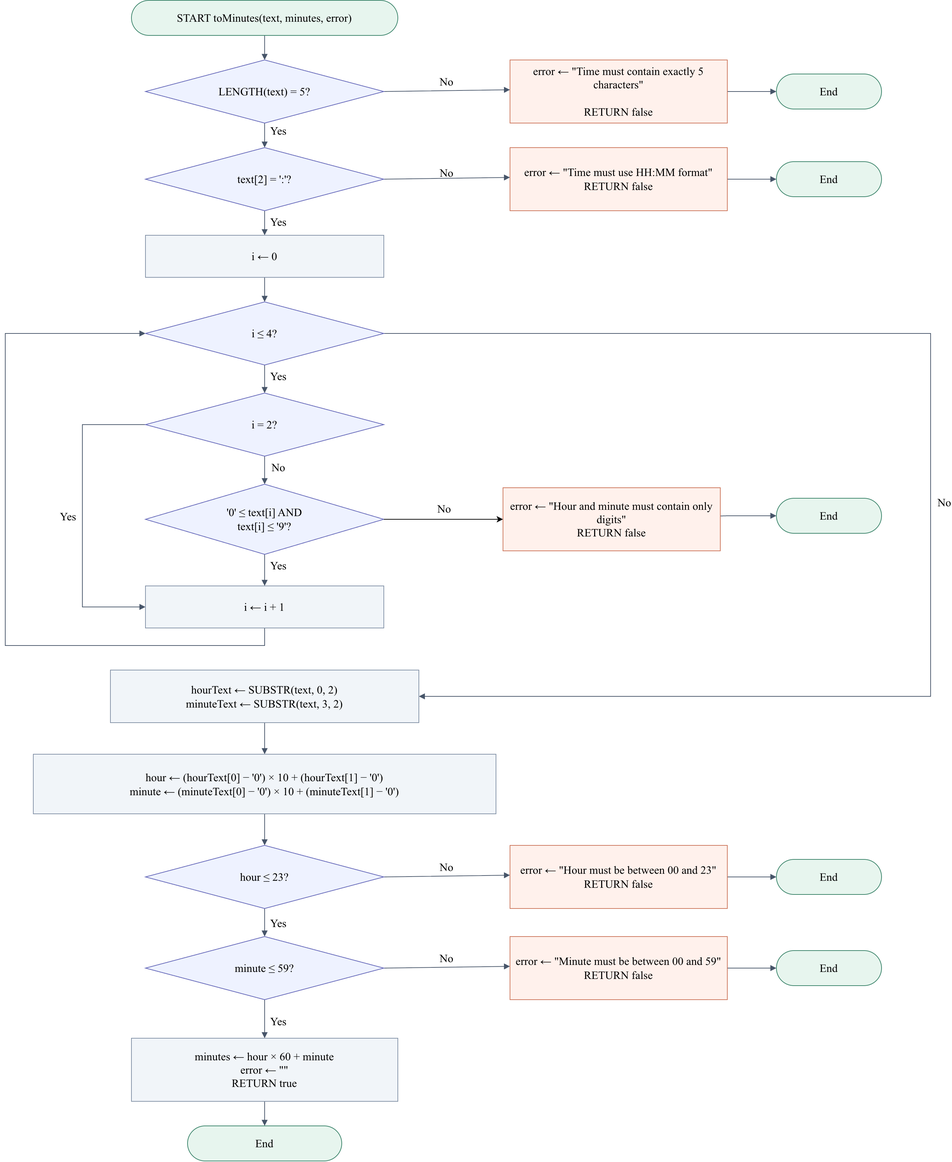
This is docs/flowcharts/T02-to-minutes.drawio.png from tienthinh202/smartretail-p2-group02, a draw.io export, as it was before one commit. Source tidied: cells renumbered, new cells last; positions are measured from the earlier drawing's top-left corner, leaving out a move shared by most shapes.
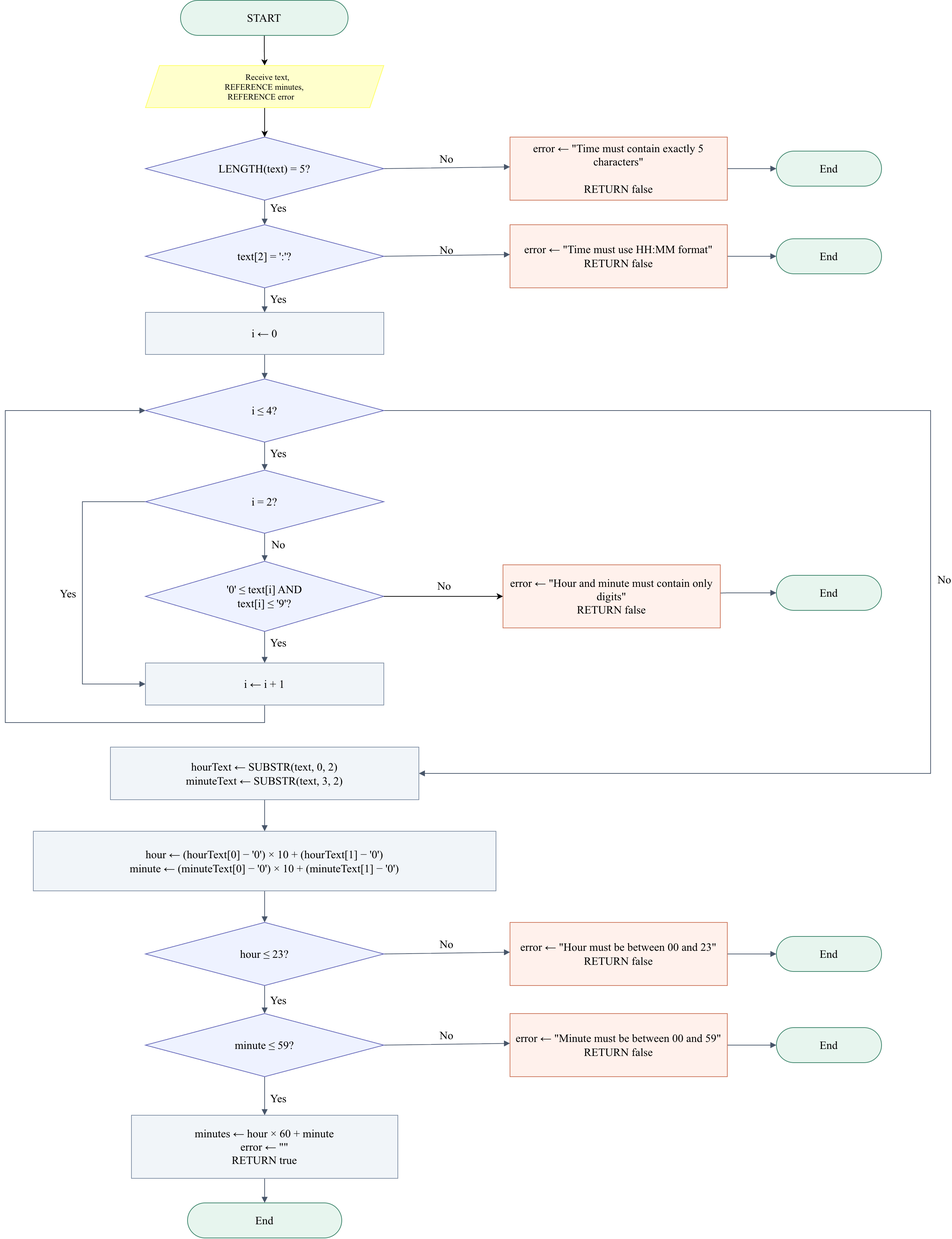
Later version of the same file.

Commit message:
T02b: Update flowchart start and parameter input

Change to the diagram source:
```diff
@@ -2,16 +2,9 @@
   <root>
     <mxCell id="0" />
     <mxCell id="1" parent="0" />
-    <mxCell id="2" style="edgeStyle=none;rounded=0;endArrow=block;html=0;strokeColor=#475569;fontSize=16;fontFamily=Times New Roman;labelBackgroundColor=none;" parent="1" edge="1" source="26" target="27">
-      <mxGeometry relative="1" as="geometry">
-        <Array as="points">
-          <mxPoint x="370" y="50" />
-          <mxPoint x="370" y="85" />
-        </Array>
-      </mxGeometry>
-    </mxCell>
-    <mxCell id="3" value="Yes" style="edgeStyle=none;rounded=0;endArrow=block;html=0;strokeColor=#475569;fontSize=16;fontFamily=Times New Roman;labelBackgroundColor=none;" parent="1" edge="1" source="27" target="28">
+    <mxCell id="3" value="Yes" style="edgeStyle=none;rounded=0;endArrow=block;html=0;strokeColor=#475569;fontSize=16;fontFamily=Times New Roman;labelBackgroundColor=none;" parent="1" edge="1" target="28">
       <mxGeometry x="-0.43" y="20" relative="1" as="geometry">
+        <mxPoint x="370" y="175" as="sourcePoint" />
         <Array as="points">
           <mxPoint x="370" y="175" />
           <mxPoint x="370" y="210" />
@@ -131,16 +124,19 @@
         </Array>
       </mxGeometry>
     </mxCell>
-    <mxCell id="17" value="No" style="edgeStyle=none;rounded=0;endArrow=block;html=0;strokeColor=#475569;fontSize=16;fontFamily=Times New Roman;labelBackgroundColor=none;" parent="1" edge="1" source="27" target="40">
+    <mxCell id="17" value="No" style="edgeStyle=none;rounded=0;endArrow=block;html=0;strokeColor=#475569;fontSize=16;fontFamily=Times New Roman;labelBackgroundColor=none;" parent="1" edge="1">
       <mxGeometry y="14" relative="1" as="geometry">
+        <mxPoint x="540" y="130" as="sourcePoint" />
+        <mxPoint x="720" y="127.5" as="targetPoint" />
         <Array as="points">
           <mxPoint x="540" y="130" />
           <mxPoint x="720" y="127.5" />
         </Array>
       </mxGeometry>
     </mxCell>
-    <mxCell id="18" style="edgeStyle=none;rounded=0;endArrow=block;html=0;strokeColor=#475569;fontSize=16;fontFamily=Times New Roman;labelBackgroundColor=none;" parent="1" edge="1" source="40" target="41">
+    <mxCell id="18" style="edgeStyle=none;rounded=0;endArrow=block;html=0;strokeColor=#475569;fontSize=16;fontFamily=Times New Roman;labelBackgroundColor=none;" parent="1" edge="1" target="41">
       <mxGeometry relative="1" as="geometry">
+        <mxPoint x="1030" y="130" as="sourcePoint" />
         <Array as="points">
           <mxPoint x="1030" y="130" />
           <mxPoint x="1100" y="130" />
@@ -203,8 +199,11 @@
         </Array>
       </mxGeometry>
     </mxCell>
+    <mxCell id="52" style="edgeStyle=orthogonalEdgeStyle;rounded=0;jettySize=auto;html=1;defaultLabelBackgroundColor=page;labelPadding=0 4;" parent="1" edge="1" source="26" target="54">
+      <mxGeometry relative="1" as="geometry" />
+    </mxCell>
-    <mxCell id="26" value="START toMinutes(text, minutes, error)" style="whiteSpace=wrap;html=0;fontSize=16;fillColor=#e7f5ee;strokeColor=#388268;rounded=1;arcSize=50;fontFamily=Times New Roman;labelBackgroundColor=none;" parent="1" vertex="1">
-      <mxGeometry x="180" width="380" height="50" as="geometry" />
+    <mxCell id="26" value="START" style="whiteSpace=wrap;html=0;fontSize=16;fillColor=#e7f5ee;strokeColor=#388268;rounded=1;arcSize=50;fontFamily=Times New Roman;labelBackgroundColor=none;" parent="1" vertex="1">
+      <mxGeometry x="250" y="-110" width="239" height="50" as="geometry" />
     </mxCell>
     <mxCell id="27" value="LENGTH(text) = 5?" style="whiteSpace=wrap;html=0;fontSize=16;fillColor=#eef2ff;strokeColor=#6366b8;rhombus;fontFamily=Times New Roman;labelBackgroundColor=none;" parent="1" vertex="1">
       <mxGeometry x="200" y="85" width="340" height="90" as="geometry" />
@@ -286,5 +285,11 @@
         <mxPoint x="1" y="-16" as="offset" />
       </mxGeometry>
     </mxCell>
+    <mxCell id="53" style="edgeStyle=orthogonalEdgeStyle;rounded=0;jettySize=auto;html=1;defaultLabelBackgroundColor=page;labelPadding=0 4;" parent="1" edge="1" source="54" target="27">
+      <mxGeometry relative="1" as="geometry" />
+    </mxCell>
+    <mxCell id="54" value="&lt;div&gt;Receive text,&lt;/div&gt;&lt;div&gt;REFERENCE minutes,&lt;/div&gt;&lt;div&gt;REFERENCE error&lt;/div&gt;" style="shape=parallelogram;perimeter=parallelogramPerimeter;whiteSpace=wrap;html=1;shapeInside=1;fixedSize=1;fontFamily=Times New Roman;fillColor=#FFFFCC;strokeColor=light-dark(#FFFF66,#996500);" parent="1" vertex="1">
+      <mxGeometry x="200" y="-17" width="340" height="60" as="geometry" />
+    </mxCell>
   </root>
 </mxGraphModel>
```
